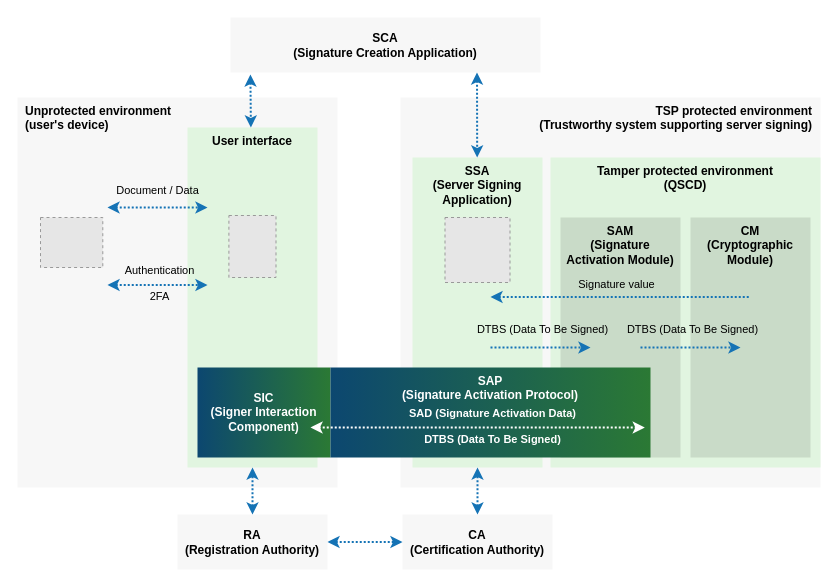
Before: page "SCAL2" (1 of 4) of docs/assets/sam-integration/SCAL.drawio in OmniTrustILM/documentation, a draw.io diagram. Source tidied: cells renumbered, new cells numbered last; positions are measured from the earlier drawing's top-left corner, leaving out a move shared by most shapes. Both pictures are drawn from the tidied source at 100%, with x=0, y=0 at pixel (17, 17). Pictures stored in the file or linked from it are replaced by grey dashed boxes.
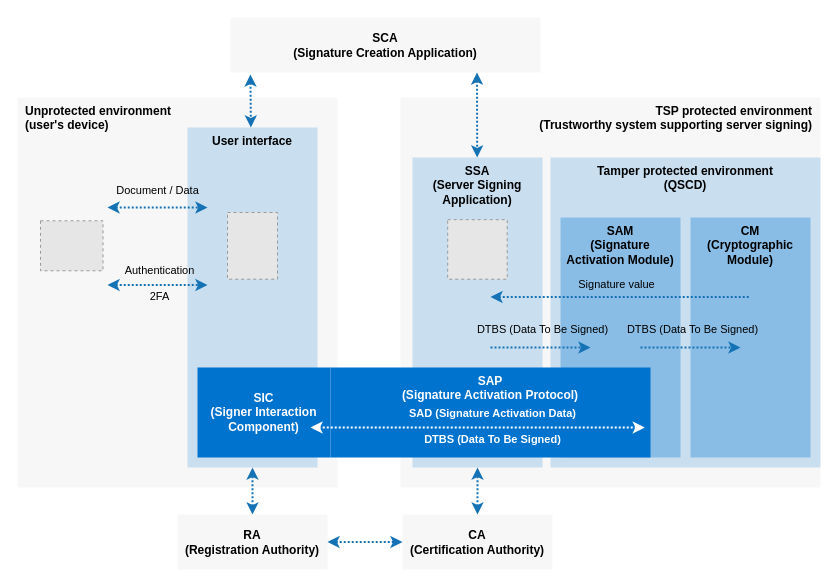
The same page after the edit.

What changed in the source:
```diff
@@
-    <mxCell id="3" value="User interface" style="rounded=0;whiteSpace=wrap;html=1;fontFamily=Arial;verticalAlign=top;strokeColor=none;fillColor=#E1F5E0;fontStyle=1;" parent="1" vertex="1">
+    <mxCell id="3" value="User interface" style="rounded=0;whiteSpace=wrap;html=1;fontFamily=Arial;verticalAlign=top;strokeColor=none;fillColor=#0073CF30;fontStyle=1;" parent="1" vertex="1">
       <mxGeometry x="170" y="110" width="130" height="340" as="geometry" />
     </mxCell>
-    <mxCell id="4" value="SIC&lt;br&gt;(Signer Interaction Component)" style="rounded=0;whiteSpace=wrap;html=1;fontFamily=Arial;fontColor=#FFFFFF;verticalAlign=middle;strokeColor=none;fillColor=#2B7934;gradientColor=#0C4770;gradientDirection=west;fontStyle=1;" parent="1" vertex="1">
+    <mxCell id="4" value="SIC&lt;br&gt;(Signer Interaction Component)" style="rounded=0;whiteSpace=wrap;html=1;fontFamily=Arial;fontColor=#FFFFFF;verticalAlign=middle;strokeColor=none;fillColor=#0073CF;gradientColor=none;gradientDirection=west;fontStyle=1;" parent="1" vertex="1">
       <mxGeometry x="180" y="350" width="133" height="90" as="geometry" />
     </mxCell>
@@
-    <mxCell id="6" value="SSA&lt;br&gt;(Server Signing Application)" style="rounded=0;whiteSpace=wrap;html=1;fontFamily=Arial;verticalAlign=top;strokeColor=none;fillColor=#E1F5E0;fontStyle=1;" parent="1" vertex="1">
+    <mxCell id="6" value="SSA&lt;br&gt;(Server Signing Application)" style="rounded=0;whiteSpace=wrap;html=1;fontFamily=Arial;verticalAlign=top;strokeColor=none;fillColor=#0073CF30;fontStyle=1;" parent="1" vertex="1">
       <mxGeometry x="395" y="140" width="130" height="310" as="geometry" />
     </mxCell>
-    <mxCell id="7" value="Tamper protected environment&lt;br&gt;(QSCD)" style="rounded=0;whiteSpace=wrap;html=1;fontFamily=Arial;verticalAlign=top;strokeColor=none;fillColor=#E1F5E0;fontStyle=1;" parent="1" vertex="1">
+    <mxCell id="7" value="Tamper protected environment&lt;br&gt;(QSCD)" style="rounded=0;whiteSpace=wrap;html=1;fontFamily=Arial;verticalAlign=top;strokeColor=none;fillColor=#0073CF30;fontStyle=1;" parent="1" vertex="1">
       <mxGeometry x="533" y="140" width="270" height="310" as="geometry" />
     </mxCell>
-    <mxCell id="8" value="SAM&lt;br&gt;(Signature Activation Module)" style="rounded=0;whiteSpace=wrap;html=1;fontFamily=Arial;verticalAlign=top;strokeColor=none;fillColor=#C9DBC8;fontStyle=1;" parent="1" vertex="1">
+    <mxCell id="8" value="SAM&lt;br&gt;(Signature Activation Module)" style="rounded=0;whiteSpace=wrap;html=1;fontFamily=Arial;verticalAlign=top;strokeColor=none;fillColor=#0073CF50;fontStyle=1;" parent="1" vertex="1">
       <mxGeometry x="543" y="200" width="120" height="240" as="geometry" />
     </mxCell>
-    <mxCell id="9" value="CM&lt;br&gt;(Cryptographic Module)" style="rounded=0;whiteSpace=wrap;html=1;fontFamily=Arial;verticalAlign=top;strokeColor=none;fillColor=#C9DBC8;fontStyle=1;" parent="1" vertex="1">
+    <mxCell id="9" value="CM&lt;br&gt;(Cryptographic Module)" style="rounded=0;whiteSpace=wrap;html=1;fontFamily=Arial;verticalAlign=top;strokeColor=none;fillColor=#0073CF50;fontStyle=1;" parent="1" vertex="1">
       <mxGeometry x="673" y="200" width="120" height="240" as="geometry" />
     </mxCell>
@@
-    <mxCell id="28" value="SAP&lt;br&gt;(Signature Activation Protocol)" style="rounded=0;whiteSpace=wrap;html=1;fontFamily=Arial;verticalAlign=top;strokeColor=none;fillColor=#2B7934;fontColor=#FFFFFF;gradientColor=#0C4770;gradientDirection=west;fontStyle=1;" parent="1" vertex="1">
+    <mxCell id="28" value="SAP&lt;br&gt;(Signature Activation Protocol)" style="rounded=0;whiteSpace=wrap;html=1;fontFamily=Arial;verticalAlign=top;strokeColor=none;fillColor=#0073CF;fontColor=#FFFFFF;gradientColor=none;gradientDirection=west;fontStyle=1;" parent="1" vertex="1">
       <mxGeometry x="313" y="350" width="320" height="90" as="geometry" />
     </mxCell>
@@
-    <mxCell id="31" style="fillColor=#E6E6E6;strokeColor=#999999;dashed=1;verticalLabelPosition=bottom;labelBackgroundColor=default;verticalAlign=top;fontFamily=Arial;fontColor=#000000;" parent="1" vertex="1">
-      <mxGeometry x="23" y="200" width="62.3" height="50" as="geometry" />
-    </mxCell>
-    <mxCell id="32" style="fillColor=#E6E6E6;strokeColor=#999999;dashed=1;verticalLabelPosition=bottom;labelBackgroundColor=default;verticalAlign=top;fontFamily=Arial;fontColor=#000000;" parent="1" vertex="1">
-      <mxGeometry x="211.4" y="198" width="47.1" height="62" as="geometry" />
-    </mxCell>
-    <mxCell id="33" style="fillColor=#E6E6E6;strokeColor=#999999;dashed=1;verticalLabelPosition=bottom;labelBackgroundColor=default;verticalAlign=top;fontFamily=Arial;" parent="1" vertex="1">
-      <mxGeometry x="427.5" y="200" width="65" height="65" as="geometry" />
-    </mxCell>
+    <mxCell id="34" style="fillColor=#E6E6E6;strokeColor=#999999;dashed=1;verticalLabelPosition=bottom;labelBackgroundColor=default;verticalAlign=top;" parent="1" vertex="1">
+      <mxGeometry x="430.2" y="202.2" width="59.5" height="59.5" as="geometry" />
+    </mxCell>
+    <mxCell id="35" style="fillColor=#E6E6E6;strokeColor=#999999;dashed=1;verticalLabelPosition=bottom;labelBackgroundColor=default;verticalAlign=top;" parent="1" vertex="1">
+      <mxGeometry x="210" y="195" width="50" height="66.7" as="geometry" />
+    </mxCell>
+    <mxCell id="36" style="fillColor=#E6E6E6;strokeColor=#999999;dashed=1;verticalLabelPosition=bottom;labelBackgroundColor=default;verticalAlign=top;" parent="1" vertex="1">
+      <mxGeometry x="23" y="203.3" width="62.5" height="50" as="geometry" />
+    </mxCell>
```
